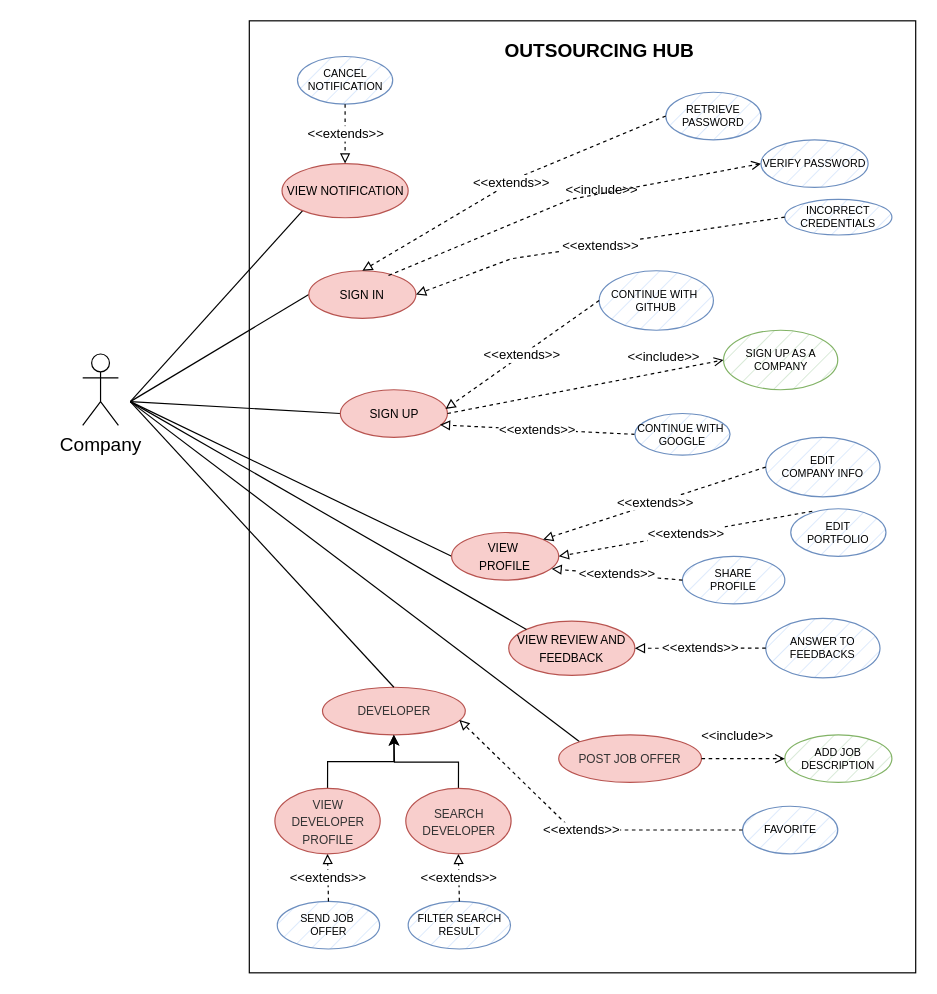
The draw.io diagram use_cases/use_cases_company.drawio in mattiadanisi00/ids, before the edit. Source tidied: cells renumbered, new cells numbered last; positions are measured from the earlier drawing's top-left corner, leaving out a move shared by most shapes. Both pictures are drawn from the tidied source at 119%, with x=0, y=0 at pixel (82, 20).
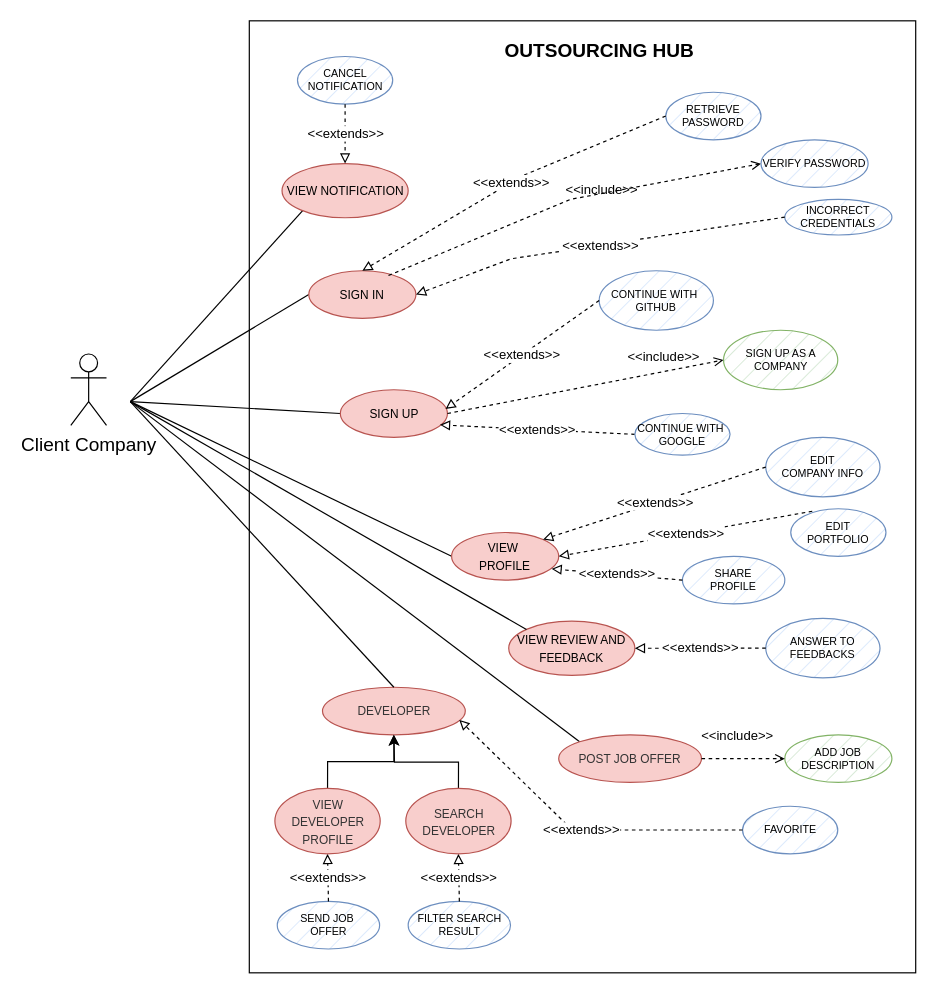
Above is the later version.

The edit, as a diff of the source:
```diff
@@
-    <mxCell id="7" value="Company" style="shape=umlActor;verticalLabelPosition=bottom;verticalAlign=top;html=1;fontSize=16;" parent="1" vertex="1">
-      <mxGeometry y="280" width="30" height="60" as="geometry" />
+    <mxCell id="7" value="Client Company" style="shape=umlActor;verticalLabelPosition=bottom;verticalAlign=top;html=1;fontSize=16;" parent="1" vertex="1">
+      <mxGeometry x="-10" y="280" width="30" height="60" as="geometry" />
     </mxCell>
```
